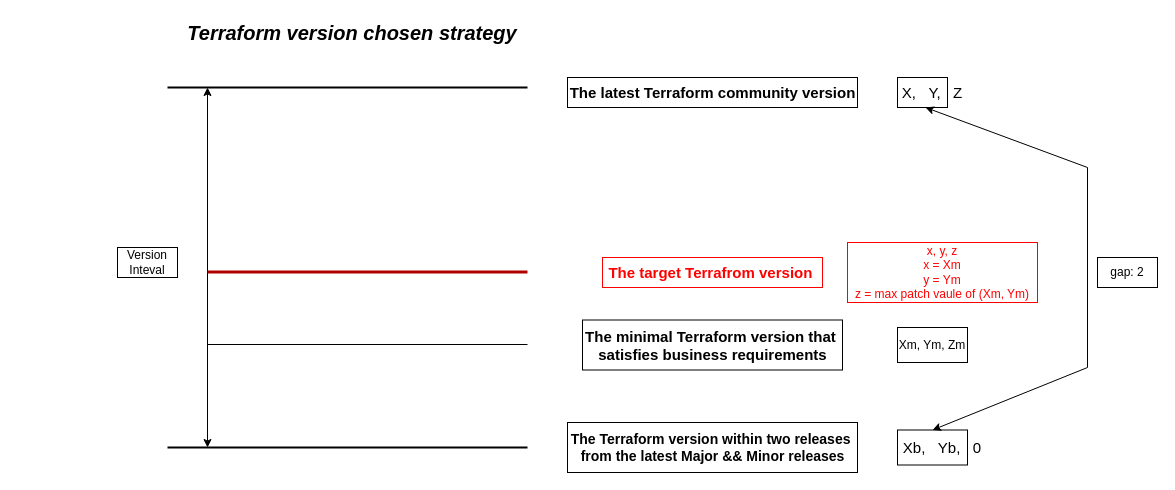
The draw.io diagram page "terraform-version-chosen-strategy" (1 of 2) of terraform-version-chosen-strategy.drawio in YanshanSong/draw.io, before the edit. Source tidied: cells renumbered, new cells numbered last; positions are measured from the earlier drawing's top-left corner, leaving out a move shared by most shapes. Both pictures are drawn from the tidied source at 100%, with x=0, y=0 at pixel (117, 17).
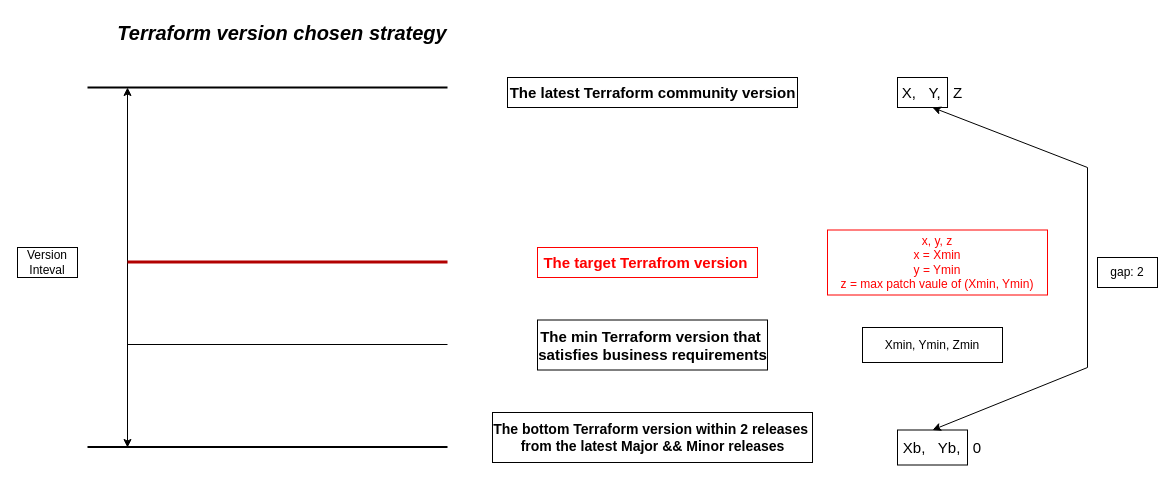
The same diagram, later.

The change refers to these unchanged cells:
```xml
<mxCell id="11" style="rounded=0;whiteSpace=wrap;html=1;fillColor=none;" parent="1" vertex="1">
  <mxGeometry x="780" y="412.5" width="70" height="35" as="geometry" />
</mxCell>
```

Change to the diagram source:
```diff
@@
     <mxCell id="3" style="endArrow=none;html=1;rounded=0;strokeWidth=2;" parent="1" edge="1">
       <mxGeometry relative="1" as="geometry">
-        <mxPoint x="50" y="70" as="sourcePoint" />
-        <mxPoint x="410" y="70" as="targetPoint" />
+        <mxPoint x="-30" y="70" as="sourcePoint" />
+        <mxPoint x="330" y="70" as="targetPoint" />
       </mxGeometry>
     </mxCell>
     <mxCell id="4" style="endArrow=none;html=1;rounded=0;strokeWidth=2;" parent="1" edge="1">
       <mxGeometry relative="1" as="geometry">
-        <mxPoint x="50" y="430" as="sourcePoint" />
-        <mxPoint x="410" y="430" as="targetPoint" />
+        <mxPoint x="-30" y="429.5" as="sourcePoint" />
+        <mxPoint x="330" y="429.5" as="targetPoint" />
       </mxGeometry>
     </mxCell>
     <mxCell id="5" value="&lt;font style=&quot;font-size: 15px;&quot;&gt;&lt;span&gt;The latest Terraform community version&lt;/span&gt;&lt;/font&gt;" style="text;html=1;align=center;verticalAlign=middle;strokeColor=default;fillColor=none;fontStyle=1;" parent="1" vertex="1">
-      <mxGeometry x="450" y="60" width="290" height="30" as="geometry" />
+      <mxGeometry x="390" y="60" width="290" height="30" as="geometry" />
     </mxCell>
-    <mxCell id="6" value="The Terraform version within two releases&amp;nbsp;&lt;br style=&quot;font-size: 14px;&quot;&gt;from the latest Major &amp;amp;&amp;amp; Minor releases" style="text;html=1;align=center;verticalAlign=middle;strokeColor=default;fillColor=none;gradientColor=none;fontSize=14;fontStyle=1;" parent="1" vertex="1">
-      <mxGeometry x="450" y="405" width="290" height="50" as="geometry" />
+    <mxCell id="6" value="The bottom Terraform version within 2 releases&amp;nbsp;&lt;br style=&quot;font-size: 14px;&quot;&gt;from the latest Major &amp;amp;&amp;amp; Minor releases" style="text;html=1;align=center;verticalAlign=middle;strokeColor=default;fillColor=none;gradientColor=none;fontSize=14;fontStyle=1;" parent="1" vertex="1">
+      <mxGeometry x="375" y="395" width="320" height="50" as="geometry" />
     </mxCell>
     <mxCell id="7" style="endArrow=classic;startArrow=classic;html=1;rounded=0;" parent="1" edge="1">
       <mxGeometry relative="1" as="geometry">
-        <mxPoint x="90" y="430" as="sourcePoint" />
-        <mxPoint x="90" y="70" as="targetPoint" />
+        <mxPoint x="10" y="430" as="sourcePoint" />
+        <mxPoint x="10" y="70" as="targetPoint" />
       </mxGeometry>
     </mxCell>
     <mxCell id="8" value="Version&lt;div&gt;Inteval&lt;/div&gt;" style="text;html=1;align=center;verticalAlign=middle;whiteSpace=wrap;rounded=0;strokeColor=default;" parent="1" vertex="1">
-      <mxGeometry y="230" width="60" height="30" as="geometry" />
+      <mxGeometry x="-100" y="230" width="60" height="30" as="geometry" />
     </mxCell>
@@
     <mxCell id="12" style="endArrow=classic;startArrow=classic;html=1;rounded=0;exitX=0.5;exitY=0;exitDx=0;exitDy=0;" parent="1" edge="1" source="11">
       <mxGeometry relative="1" as="geometry">
-        <mxPoint x="808" y="90" as="targetPoint" />
+        <mxPoint x="815" y="90" as="targetPoint" />
         <Array as="points">
           <mxPoint x="970" y="350" />
           <mxPoint x="970" y="150" />
         </Array>
       </mxGeometry>
     </mxCell>
@@
-    <mxCell id="14" value="&lt;font style=&quot;font-size: 15px;&quot;&gt;&lt;span&gt;The minimal Terraform version that&amp;nbsp;&lt;/span&gt;&lt;/font&gt;&lt;div&gt;&lt;font style=&quot;font-size: 15px;&quot;&gt;&lt;span&gt;satisfies&amp;nbsp;&lt;/span&gt;&lt;/font&gt;&lt;span style=&quot;font-size: 15px; background-color: initial;&quot;&gt;business requirements&lt;/span&gt;&lt;/div&gt;" style="text;html=1;align=center;verticalAlign=middle;strokeColor=default;fillColor=none;fontStyle=1;" parent="1" vertex="1">
-      <mxGeometry x="465" y="302.5" width="260" height="50" as="geometry" />
+    <mxCell id="14" value="&lt;font style=&quot;font-size: 15px;&quot;&gt;&lt;span&gt;The min Terraform version that&amp;nbsp;&lt;/span&gt;&lt;/font&gt;&lt;div&gt;&lt;font style=&quot;font-size: 15px;&quot;&gt;&lt;span&gt;satisfies&amp;nbsp;&lt;/span&gt;&lt;/font&gt;&lt;span style=&quot;font-size: 15px; background-color: initial;&quot;&gt;business requirements&lt;/span&gt;&lt;/div&gt;" style="text;html=1;align=center;verticalAlign=middle;strokeColor=default;fillColor=none;fontStyle=1;" parent="1" vertex="1">
+      <mxGeometry x="420" y="302.5" width="230" height="50" as="geometry" />
     </mxCell>
     <mxCell id="15" style="endArrow=none;html=1;rounded=0;" parent="1" edge="1">
       <mxGeometry relative="1" as="geometry">
-        <mxPoint x="90" y="327" as="sourcePoint" />
-        <mxPoint x="410" y="327" as="targetPoint" />
+        <mxPoint x="10" y="327" as="sourcePoint" />
+        <mxPoint x="330" y="327" as="targetPoint" />
       </mxGeometry>
     </mxCell>
-    <mxCell id="16" value="Xm, Ym, Zm" style="rounded=0;whiteSpace=wrap;html=1;fillColor=none;" parent="1" vertex="1">
-      <mxGeometry x="780" y="310" width="70" height="35" as="geometry" />
+    <mxCell id="16" value="Xmin, Ymin, Zmin" style="rounded=0;whiteSpace=wrap;html=1;fillColor=none;" parent="1" vertex="1">
+      <mxGeometry x="745" y="310" width="140" height="35" as="geometry" />
     </mxCell>
     <mxCell id="17" style="endArrow=none;html=1;rounded=0;fillColor=#e51400;strokeColor=#B20000;strokeWidth=3;" parent="1" edge="1">
       <mxGeometry relative="1" as="geometry">
-        <mxPoint x="90" y="254.5" as="sourcePoint" />
-        <mxPoint x="410" y="254.5" as="targetPoint" />
+        <mxPoint x="10" y="244.5" as="sourcePoint" />
+        <mxPoint x="330" y="244.5" as="targetPoint" />
       </mxGeometry>
     </mxCell>
     <mxCell id="18" value="&lt;span style=&quot;font-size: 15px;&quot;&gt;&lt;font color=&quot;#ff0000&quot;&gt;The target Terrafrom version&amp;nbsp;&lt;/font&gt;&lt;/span&gt;" style="text;html=1;align=center;verticalAlign=middle;strokeColor=#FF0000;fillColor=none;fontStyle=1;" parent="1" vertex="1">
-      <mxGeometry x="485" y="240" width="220" height="30" as="geometry" />
+      <mxGeometry x="420" y="230" width="220" height="30" as="geometry" />
     </mxCell>
-    <mxCell id="19" value="&lt;div&gt;&lt;font&gt;x, y, z&lt;/font&gt;&lt;/div&gt;&lt;div&gt;&lt;span style=&quot;background-color: initial;&quot;&gt;x = Xm&lt;/span&gt;&lt;/div&gt;&lt;div&gt;&lt;span style=&quot;background-color: initial;&quot;&gt;y = Ym&lt;/span&gt;&lt;/div&gt;&lt;div&gt;&lt;span style=&quot;background-color: initial;&quot;&gt;z = max patch vaule of (Xm, Ym)&lt;/span&gt;&lt;/div&gt;" style="rounded=0;whiteSpace=wrap;html=1;fillColor=none;fontColor=#FF0000;strokeColor=#FF0000;" parent="1" vertex="1">
-      <mxGeometry x="730" y="225" width="190" height="60" as="geometry" />
+    <mxCell id="19" value="&lt;div&gt;&lt;font&gt;x, y, z&lt;/font&gt;&lt;/div&gt;&lt;div&gt;&lt;span style=&quot;background-color: initial;&quot;&gt;x = Xmin&lt;/span&gt;&lt;/div&gt;&lt;div&gt;&lt;span style=&quot;background-color: initial;&quot;&gt;y = Ymin&lt;/span&gt;&lt;/div&gt;&lt;div&gt;&lt;span style=&quot;background-color: initial;&quot;&gt;z = max patch vaule of (Xmin, Ymin)&lt;/span&gt;&lt;/div&gt;" style="rounded=0;whiteSpace=wrap;html=1;fillColor=none;fontColor=#FF0000;strokeColor=#FF0000;" parent="1" vertex="1">
+      <mxGeometry x="710" y="212.5" width="220" height="65" as="geometry" />
     </mxCell>
     <mxCell id="20" value="&lt;i style=&quot;font-size: 20px;&quot;&gt;&lt;b style=&quot;font-size: 20px;&quot;&gt;Terraform version chosen &lt;font style=&quot;font-size: 20px;&quot;&gt;strategy&lt;/font&gt;&lt;/b&gt;&lt;/i&gt;" style="text;html=1;align=center;verticalAlign=middle;whiteSpace=wrap;rounded=0;strokeColor=none;fontSize=20;" parent="1" vertex="1">
-      <mxGeometry x="60" width="350" height="30" as="geometry" />
+      <mxGeometry x="-10" width="350" height="30" as="geometry" />
     </mxCell>
```
